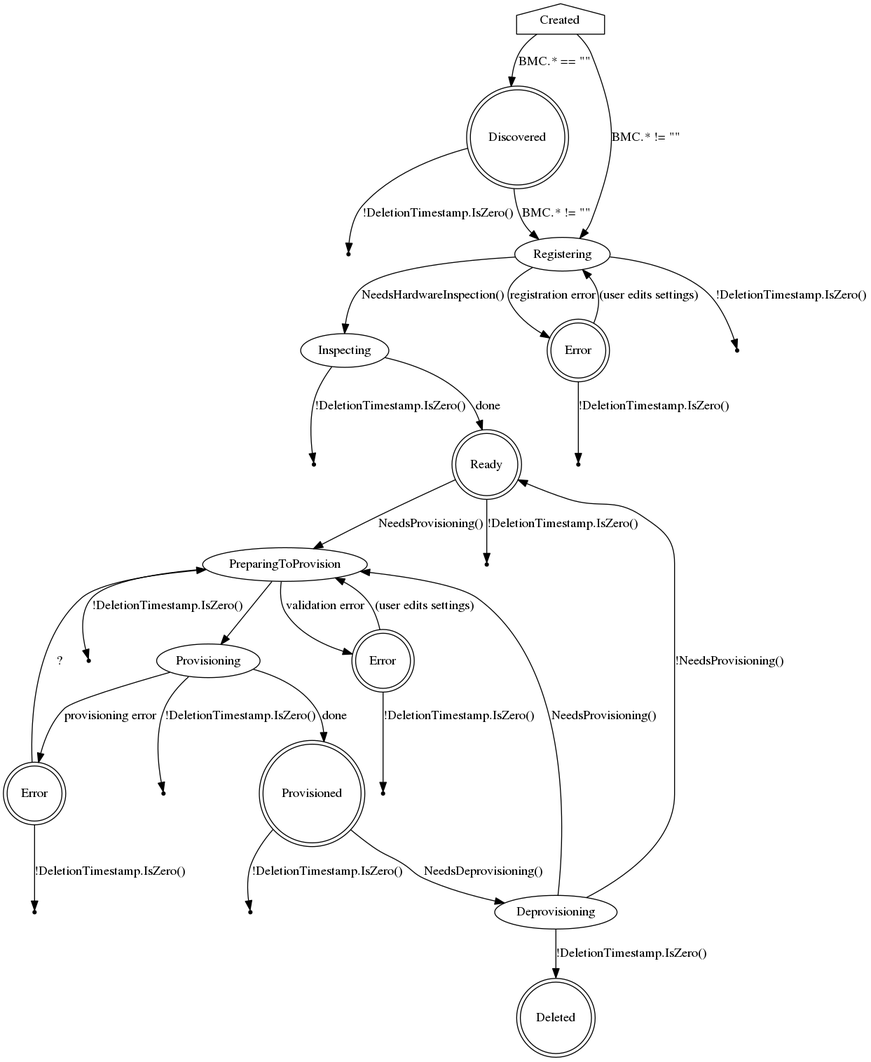
metal3-io/baremetal-operator keeps this Graphviz diagram as docs/BaremetalHost_ProvisioningState.png. Above is the earlier version. Its source is kept beside it as docs/BaremetalHost_ProvisioningState.dot.
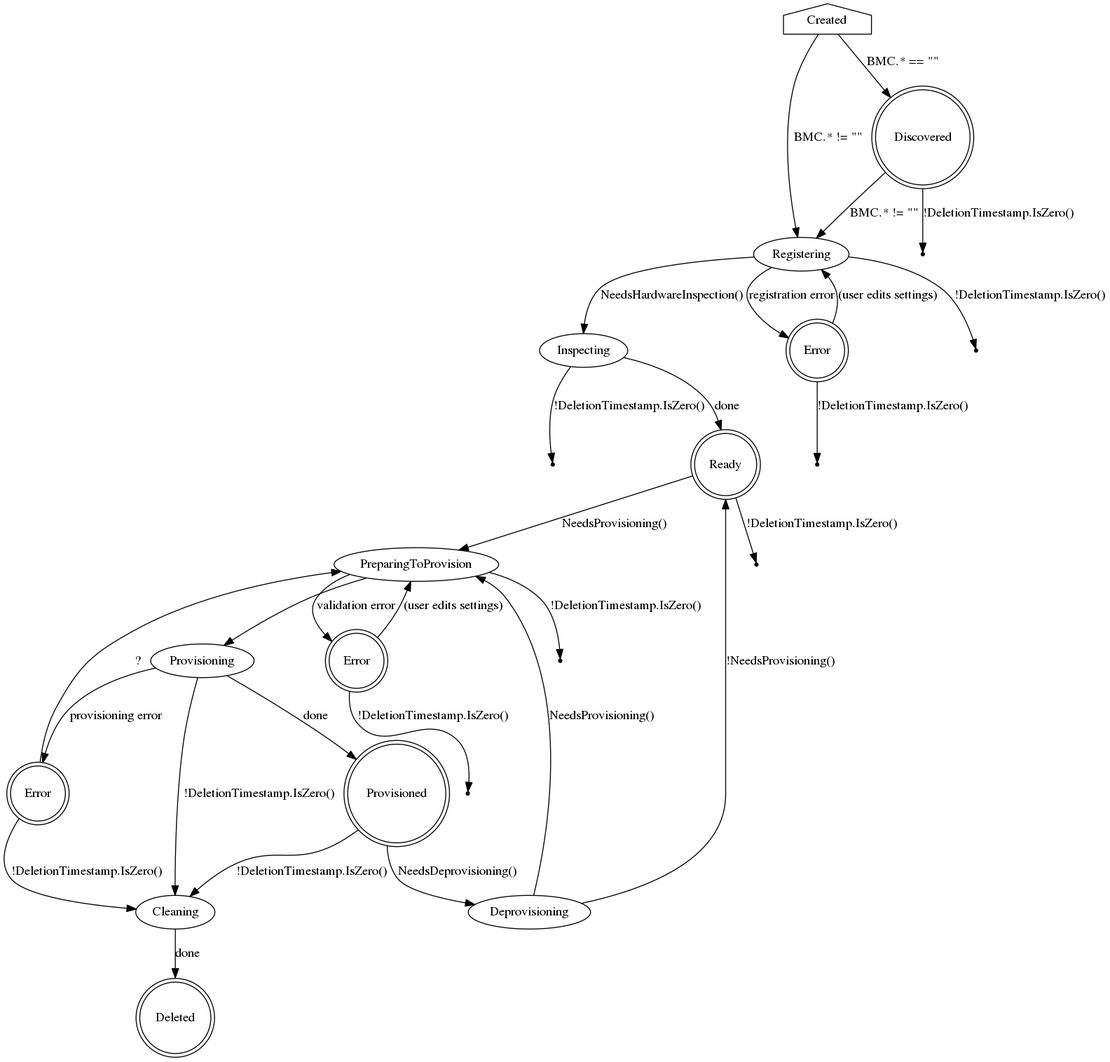
Later version of the same file.

Commit message:
add cleaning as a separate state from deprovisioning

The edit, as a diff of the source:
```diff
@@ -46,25 +46,20 @@
 
     Provisioning -> Provisioned [label=done]
     Provisioning -> ProvisioningError [label="provisioning error"]
-    Provisioning -> Deleted8 [label="!DeletionTimestamp.IsZero()"]
+    Provisioning -> Cleaning [label="!DeletionTimestamp.IsZero()"]
+
+    Cleaning -> Deleted [label="done"]
 
     ProvisioningError [shape=doublecircle label="Error"]
     ProvisioningError -> PreparingToProvision [label="?"]
-    ProvisioningError -> Deleted10 [label="!DeletionTimestamp.IsZero()"]
-
-    Deleted10 [shape=point]
-
-    Deleted8 [shape=point]
+    ProvisioningError -> Cleaning [label="!DeletionTimestamp.IsZero()"]
 
     Provisioned [shape=doublecircle]
     Provisioned -> Deprovisioning [label="NeedsDeprovisioning()"]
-    Provisioned -> Deleted9 [label="!DeletionTimestamp.IsZero()"]
-
-    Deleted9 [shape=point]
+    Provisioned -> Cleaning [label="!DeletionTimestamp.IsZero()"]
 
     Deprovisioning -> PreparingToProvision [label="NeedsProvisioning()"]
     Deprovisioning -> Ready [label="!NeedsProvisioning()"]
-    Deprovisioning -> Deleted [label="!DeletionTimestamp.IsZero()"]
 
     Deleted [shape=doublecircle]
 }
```
